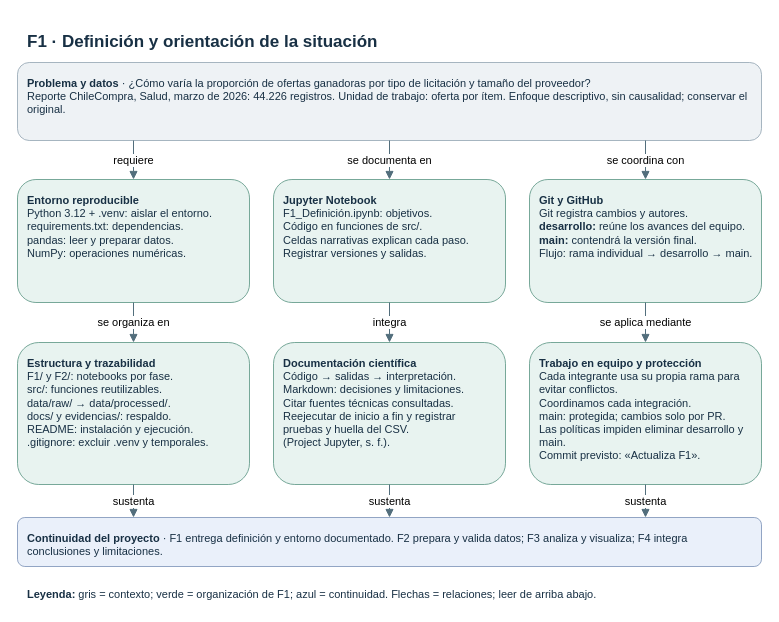
vbravo29/sumativo-1 keeps this draw.io diagram as page "Mapa F1" (2 of 2) of docs/mcdi500_s1_grupo5.drawio. Above is the earlier version. Source tidied: cells renumbered, new cells numbered last; positions are measured from the earlier drawing's top-left corner, leaving out a move shared by most shapes. Both pictures are drawn from the tidied source at 100%, with x=0, y=0 at pixel (17, 17).
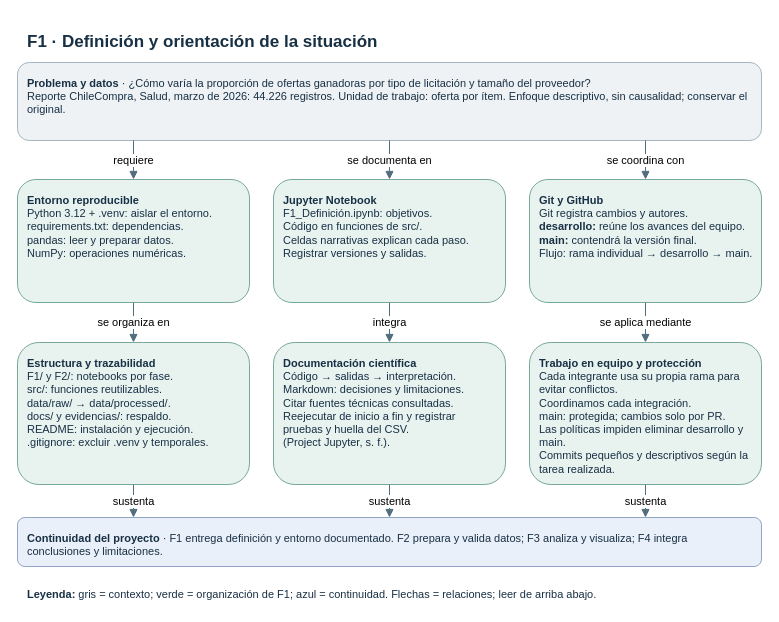
After the change.

Commit message (it also covers changes not shown here):
correccion mapa conecptual

What changed in the source:
```diff
@@
-    <mxCell id="12" value="&lt;b&gt;Trabajo en equipo y protección&lt;/b&gt;&lt;br/&gt;Cada integrante usa su propia rama para evitar conflictos.&lt;br/&gt;Coordinamos cada integración.&lt;br/&gt;main: protegida; cambios solo por PR.&lt;br/&gt;Las políticas impiden eliminar desarrollo y main.&lt;br/&gt;Commit previsto: «Actualiza F1»." style="rounded=1;whiteSpace=wrap;html=1;fontFamily=Arial;fontSize=11;fontColor=#183044;align=left;verticalAlign=top;spacing=10;fillColor=#E8F3F0;strokeColor=#77A899;" parent="1" vertex="1">
+    <mxCell id="12" value="&lt;b&gt;Trabajo en equipo y protección&lt;/b&gt;&lt;br/&gt;Cada integrante usa su propia rama para evitar conflictos.&lt;br/&gt;Coordinamos cada integración.&lt;br/&gt;main: protegida; cambios solo por PR.&lt;br/&gt;Las políticas impiden eliminar desarrollo y main.&lt;br/&gt;Commits pequeños y descriptivos según la tarea realizada." style="rounded=1;whiteSpace=wrap;html=1;fontFamily=Arial;fontSize=11;fontColor=#183044;align=left;verticalAlign=top;spacing=10;fillColor=#E8F3F0;strokeColor=#77A899;" parent="1" vertex="1">
       <mxGeometry x="512" y="325" width="232" height="142" as="geometry" />
     </mxCell>
```
